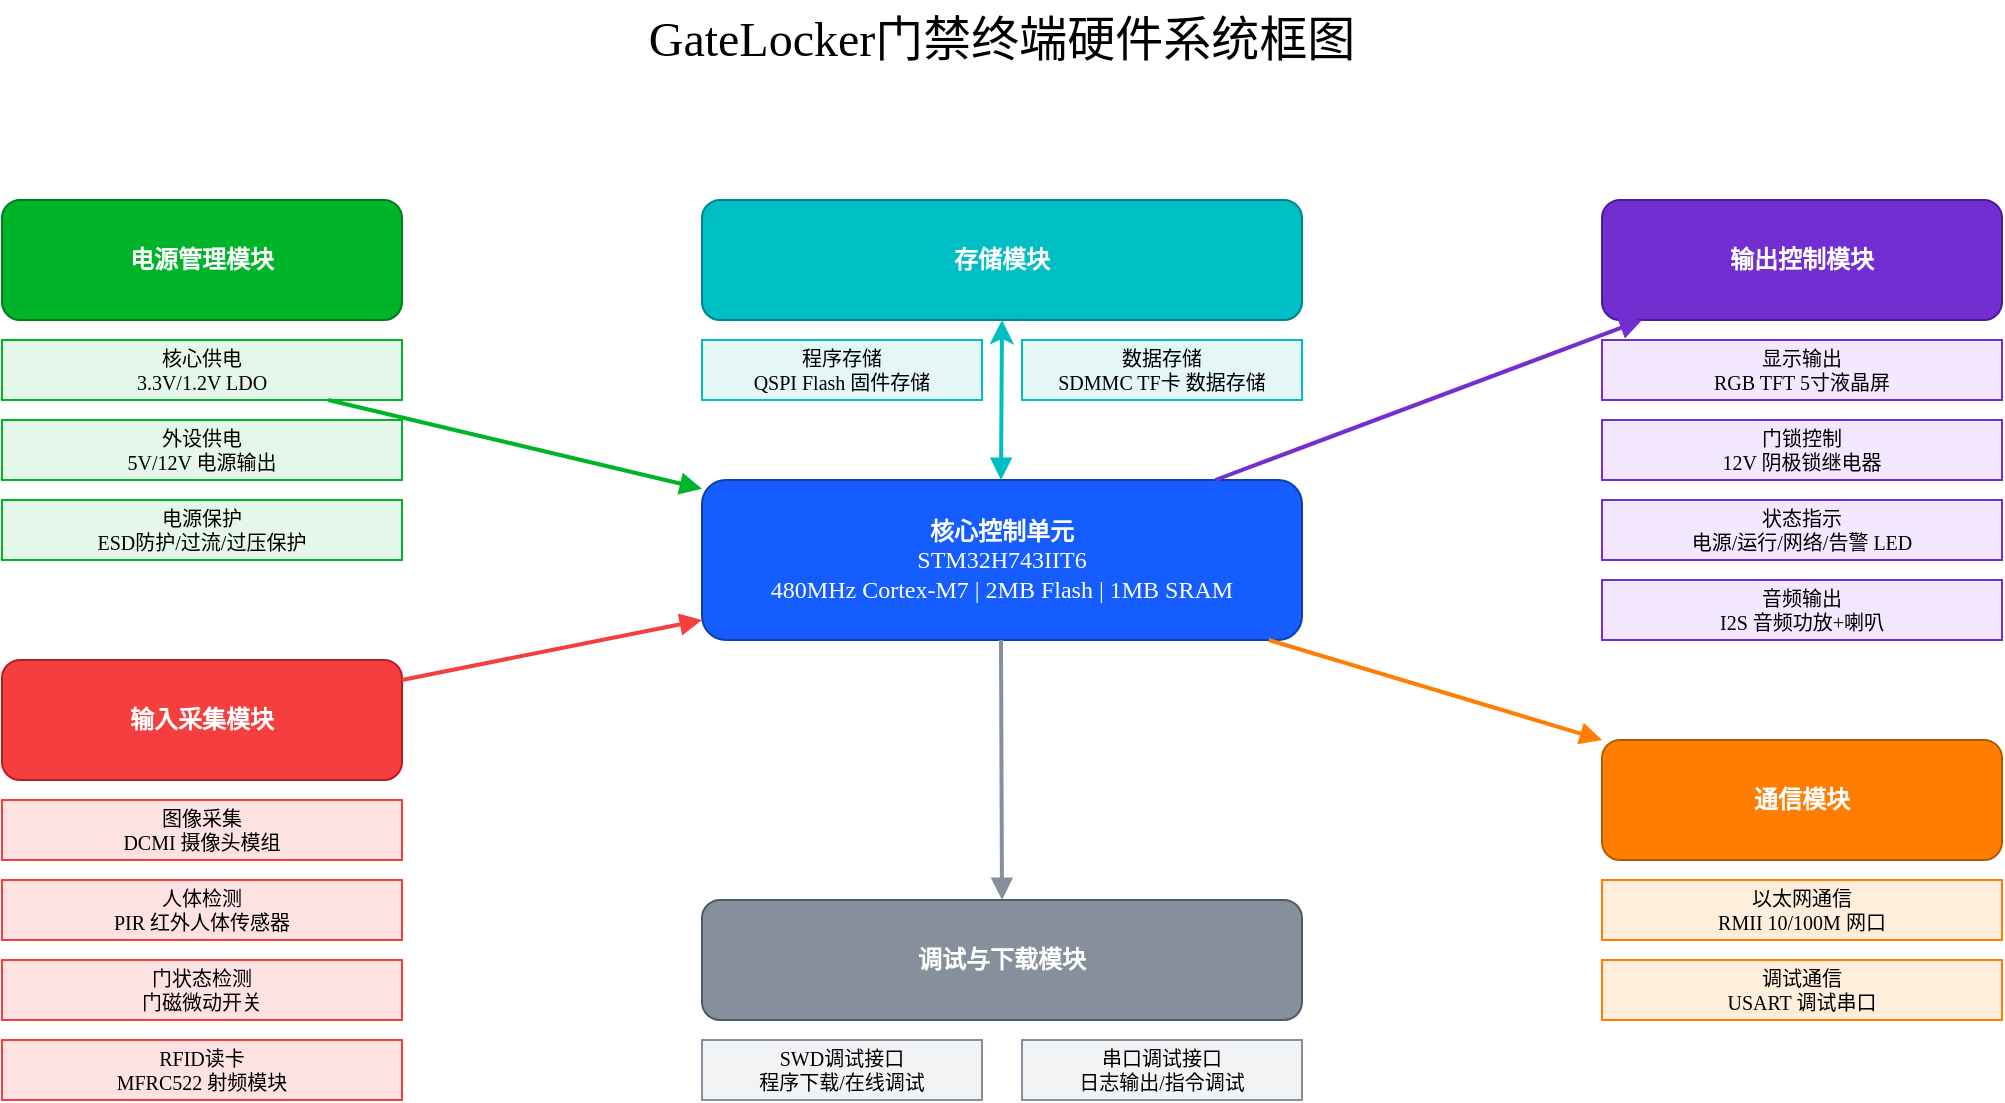
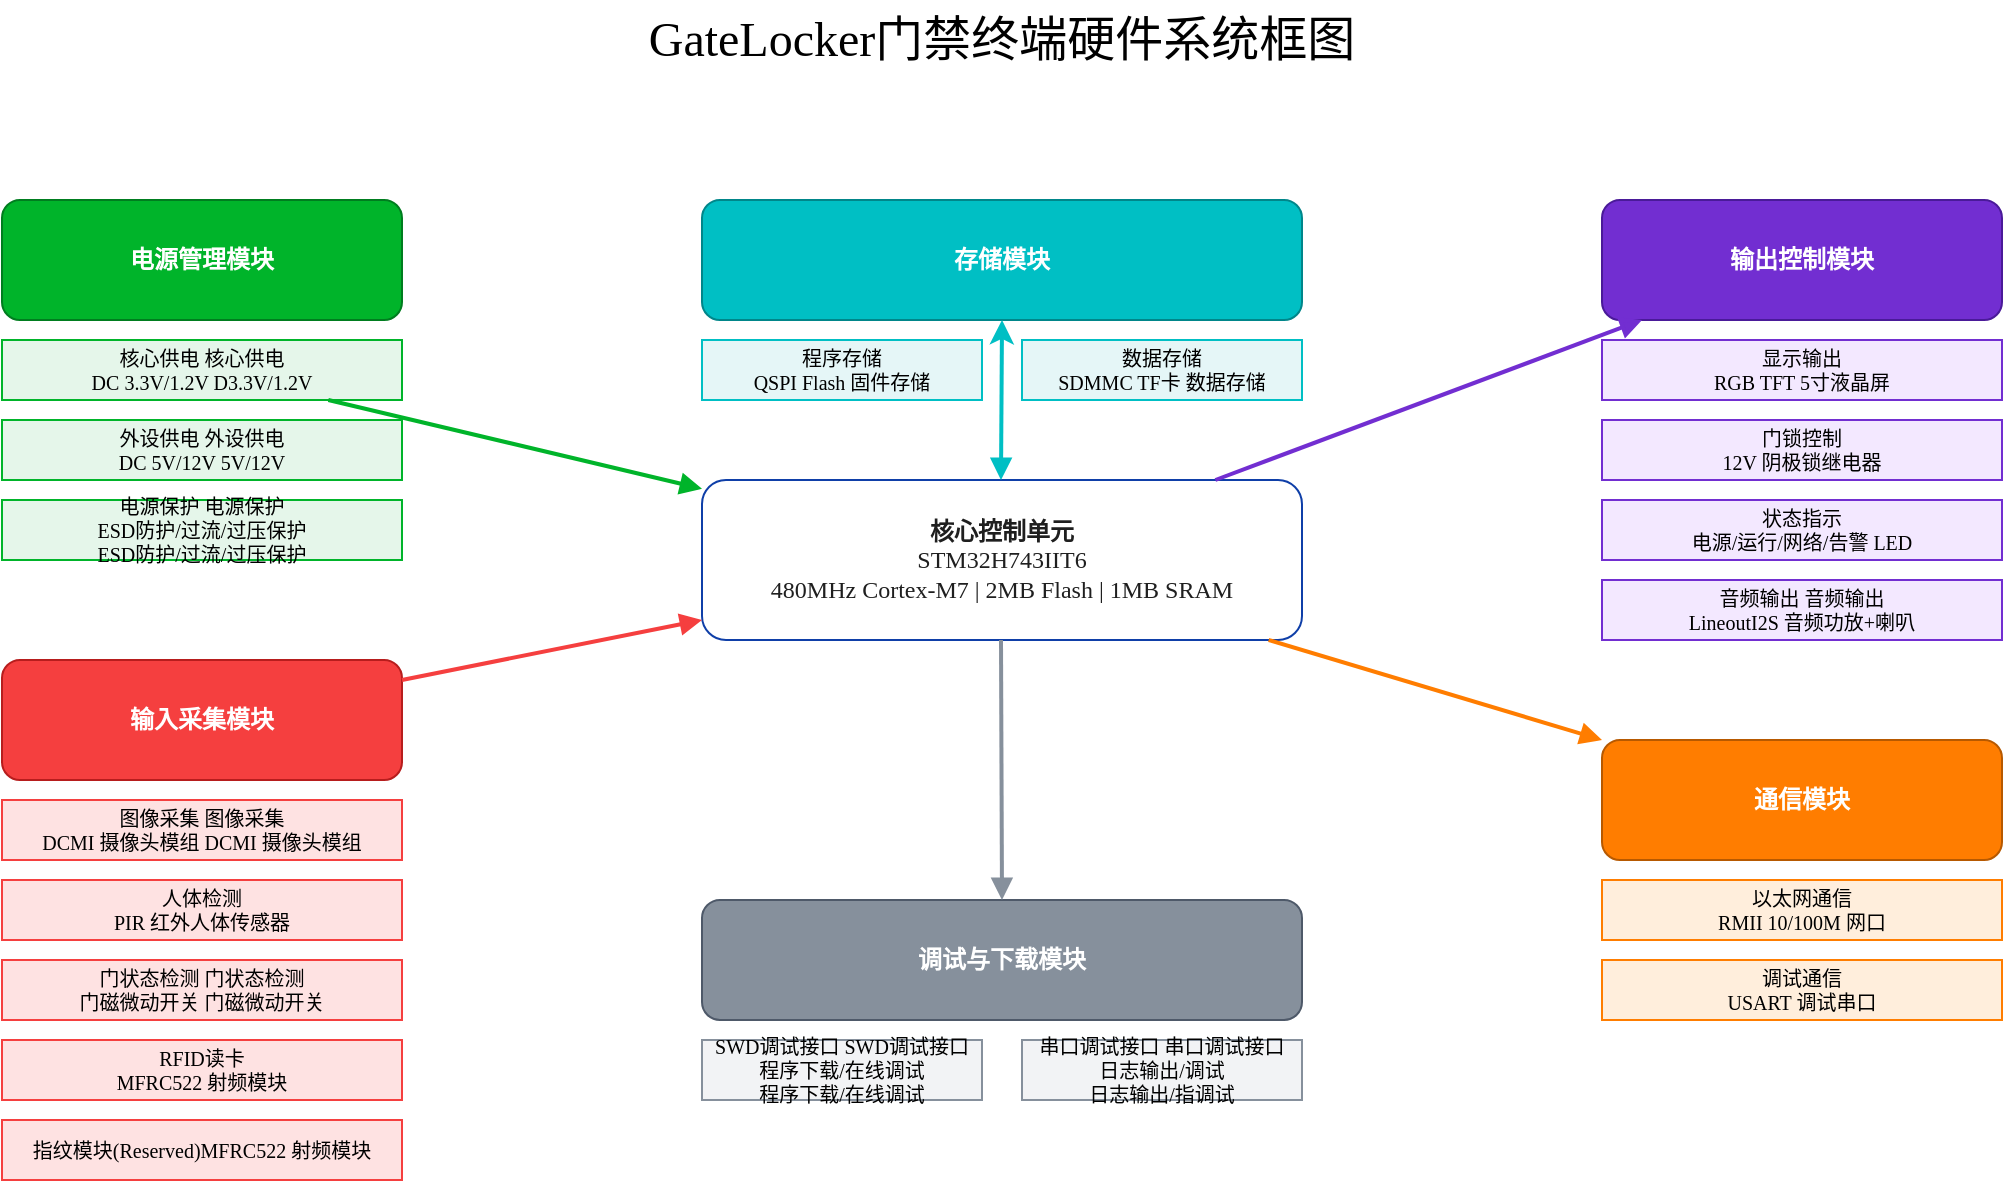
<mxfile host="app.diagrams.net">
-   <diagram name="GateLocker门禁终端硬件系统框图" id="1js39GU4koNlLLKIXu-y">
-     <mxGraphModel dx="1178" dy="587" grid="1" gridSize="10" guides="1" tooltips="1" connect="1" arrows="1" fold="1" page="1" pageScale="1" pageWidth="827" pageHeight="1169" math="0" shadow="0">
+   <diagram id="JjUnV6bOo0cUcBlsrNCr" name="GateLocker门禁终端硬件系统框图">
+     <mxGraphModel dx="1571" dy="782" grid="0" gridSize="10" guides="1" tooltips="1" connect="1" arrows="1" fold="1" page="1" pageScale="1" pageWidth="827" pageHeight="1169" math="0" shadow="0">
      <root>
        <mxCell id="0" />
        <mxCell id="1" parent="0" />
-         <mxCell id="f1TgDDNYEtDy5cZSVJ-l-1" parent="1" style="text;html=1;strokeColor=none;fillColor=none;align=center;verticalAlign=middle;whiteSpace=wrap;rounded=0;fontSize=24;fontWeight=bold;fontFamily=微软雅黑" value="GateLocker门禁终端硬件系统框图" vertex="1">
-           <mxGeometry height="40" width="400" x="400" y="20" as="geometry" />
+         <mxCell id="EOIqCzflqUVAwcGKjHEf-1" parent="1" style="text;html=1;strokeColor=none;fillColor=none;align=center;verticalAlign=middle;whiteSpace=wrap;rounded=0;fontSize=24;fontWeight=bold;fontFamily=微软雅黑" value="GateLocker门禁终端硬件系统框图" vertex="1">
+           <mxGeometry height="40" width="400" x="440" y="60" as="geometry" />
        </mxCell>
-         <mxCell id="f1TgDDNYEtDy5cZSVJ-l-2" parent="1" style="rounded=1;whiteSpace=wrap;html=1;fillColor=#165DFF;strokeColor=#0F3FA8;fontColor=white;align=center;verticalAlign=middle;fontSize=12;fontFamily=微软雅黑;fontWeight=bold" value="&lt;b&gt;核心控制单元&lt;/b&gt;&lt;br&gt;STM32H743IIT6&lt;br&gt;480MHz Cortex-M7 | 2MB Flash | 1MB SRAM" vertex="1">
-           <mxGeometry height="80" width="300" x="450" y="260" as="geometry" />
+         <mxCell id="EOIqCzflqUVAwcGKjHEf-2" parent="1" style="rounded=1;whiteSpace=wrap;html=1;fillColor=default;strokeColor=#0F3FA8;fontColor=white;align=center;verticalAlign=middle;fontSize=12;fontFamily=微软雅黑;fontWeight=bold" value="&lt;span data-doubao-translate-traverse-mark=&quot;1&quot; data-doubao-translate-exclude-mark=&quot;1&quot;&gt;&lt;font style=&quot;color: rgb(31, 31, 31);&quot;&gt;&lt;b data-doubao-translate-traverse-mark=&quot;1&quot; data-doubao-translate-exclude-mark=&quot;1&quot; style=&quot;&quot;&gt;核心控制单元&lt;/b&gt;&lt;br data-doubao-translate-traverse-mark=&quot;1&quot;&gt;STM32H743IIT6&lt;br data-doubao-translate-traverse-mark=&quot;1&quot;&gt;480MHz Cortex-M7 | 2MB Flash | 1MB SRAM&lt;/font&gt;&lt;/span&gt;" vertex="1">
+           <mxGeometry height="80" width="300" x="490" y="300" as="geometry" />
        </mxCell>
-         <mxCell id="f1TgDDNYEtDy5cZSVJ-l-3" parent="1" style="rounded=1;whiteSpace=wrap;html=1;fillColor=#00B42A;strokeColor=#007D1F;fontColor=white;align=center;verticalAlign=middle;fontSize=12;fontFamily=微软雅黑;fontWeight=bold" value="&lt;b&gt;电源管理模块&lt;/b&gt;" vertex="1">
-           <mxGeometry height="60" width="200" x="100" y="120" as="geometry" />
+         <mxCell id="EOIqCzflqUVAwcGKjHEf-3" parent="1" style="rounded=1;whiteSpace=wrap;html=1;fillColor=#00B42A;strokeColor=#007D1F;fontColor=white;align=center;verticalAlign=middle;fontSize=12;fontFamily=微软雅黑;fontWeight=bold" value="&lt;b&gt;电源管理模块&lt;/b&gt;" vertex="1">
+           <mxGeometry height="60" width="200" x="140" y="160" as="geometry" />
        </mxCell>
-         <mxCell id="f1TgDDNYEtDy5cZSVJ-l-4" parent="1" style="rounded=0;whiteSpace=wrap;html=1;fillColor=#E5F6EA;strokeColor=#00B42A;align=center;verticalAlign=middle;fontSize=10;fontFamily=微软雅黑" value="核心供电&lt;br&gt;3.3V/1.2V LDO" vertex="1">
-           <mxGeometry height="30" width="200" x="100" y="190" as="geometry" />
+         <mxCell id="EOIqCzflqUVAwcGKjHEf-4" parent="1" style="rounded=0;whiteSpace=wrap;html=1;fillColor=#E5F6EA;strokeColor=#00B42A;align=center;verticalAlign=middle;fontSize=10;fontFamily=微软雅黑" value="核心供电&lt;font class=&quot;__Cici__translate__ __Cici_translate_similar_text_content__&quot;&gt;&lt;font class=&quot;__Cici_translate_origin_node__&quot; style=&quot;display: none;&quot;&gt;核心供电&lt;/font&gt; &lt;font class=&quot;__Cici_translate_translated_inject_node__&quot; style=&quot;display: inline-block;&quot;&gt;&lt;span&gt;核心供电&lt;/span&gt;&lt;/font&gt;&lt;/font&gt;&lt;br data-doubao-translate-traverse-mark=&quot;1&quot;&gt;DC 3.3V/1.2V&lt;font class=&quot;__Cici__translate__ __Cici_translate_similar_text_content__&quot;&gt;&lt;font class=&quot;__Cici_translate_origin_node__&quot; style=&quot;display: none;&quot;&gt;D3.3V/1.2V&lt;/font&gt; &lt;font class=&quot;__Cici_translate_translated_inject_node__&quot; style=&quot;display: inline-block;&quot;&gt;&lt;span&gt;D3.3V/1.2V&lt;/span&gt;&lt;/font&gt;&lt;/font&gt;" vertex="1">
+           <mxGeometry height="30" width="200" x="140" y="230" as="geometry" />
        </mxCell>
-         <mxCell id="f1TgDDNYEtDy5cZSVJ-l-5" parent="1" style="rounded=0;whiteSpace=wrap;html=1;fillColor=#E5F6EA;strokeColor=#00B42A;align=center;verticalAlign=middle;fontSize=10;fontFamily=微软雅黑" value="外设供电&lt;br&gt;5V/12V 电源输出" vertex="1">
-           <mxGeometry height="30" width="200" x="100" y="230" as="geometry" />
+         <mxCell id="EOIqCzflqUVAwcGKjHEf-5" parent="1" style="rounded=0;whiteSpace=wrap;html=1;fillColor=#E5F6EA;strokeColor=#00B42A;align=center;verticalAlign=middle;fontSize=10;fontFamily=微软雅黑" value="外设供电&lt;font class=&quot;__Cici__translate__ __Cici_translate_similar_text_content__&quot;&gt;&lt;font class=&quot;__Cici_translate_origin_node__&quot; style=&quot;display: none;&quot;&gt;外设供电&lt;/font&gt; &lt;font class=&quot;__Cici_translate_translated_inject_node__&quot; style=&quot;display: inline-block;&quot;&gt;&lt;span&gt;外设供电&lt;/span&gt;&lt;/font&gt;&lt;/font&gt;&lt;br data-doubao-translate-traverse-mark=&quot;1&quot;&gt;DC 5V/12V&lt;font class=&quot;__Cici__translate__ __Cici_translate_similar_text_content__&quot;&gt; &lt;font class=&quot;__Cici_translate_translated_inject_node__&quot; style=&quot;display: inline-block;&quot;&gt;&lt;span&gt;5V/12V&lt;/span&gt;&lt;/font&gt;&lt;/font&gt;" vertex="1">
+           <mxGeometry height="30" width="200" x="140" y="270" as="geometry" />
        </mxCell>
-         <mxCell id="f1TgDDNYEtDy5cZSVJ-l-6" parent="1" style="rounded=0;whiteSpace=wrap;html=1;fillColor=#E5F6EA;strokeColor=#00B42A;align=center;verticalAlign=middle;fontSize=10;fontFamily=微软雅黑" value="电源保护&lt;br&gt;ESD防护/过流/过压保护" vertex="1">
-           <mxGeometry height="30" width="200" x="100" y="270" as="geometry" />
+         <mxCell id="EOIqCzflqUVAwcGKjHEf-6" parent="1" style="rounded=0;whiteSpace=wrap;html=1;fillColor=#E5F6EA;strokeColor=#00B42A;align=center;verticalAlign=middle;fontSize=10;fontFamily=微软雅黑" value="电源保护&lt;font class=&quot;__Cici__translate__ __Cici_translate_similar_text_content__&quot;&gt;&lt;font class=&quot;__Cici_translate_origin_node__&quot; style=&quot;display: none;&quot;&gt;电源保护&lt;/font&gt; &lt;font class=&quot;__Cici_translate_translated_inject_node__&quot; style=&quot;display: inline-block;&quot;&gt;&lt;span&gt;电源保护&lt;/span&gt;&lt;/font&gt;&lt;/font&gt;&lt;br data-doubao-translate-traverse-mark=&quot;1&quot;&gt;ESD防护/过流/过压保护&lt;font class=&quot;__Cici__translate__ __Cici_translate_similar_text_content__&quot;&gt;&lt;font class=&quot;__Cici_translate_origin_node__&quot; style=&quot;display: none;&quot;&gt;ESD防护/过流/过压保护&lt;/font&gt; &lt;font class=&quot;__Cici_translate_translated_inject_node__&quot; style=&quot;display: inline-block;&quot;&gt;&lt;span&gt;ESD防护/过流/过压保护&lt;/span&gt;&lt;/font&gt;&lt;/font&gt;" vertex="1">
+           <mxGeometry height="30" width="200" x="140" y="310" as="geometry" />
        </mxCell>
-         <mxCell id="f1TgDDNYEtDy5cZSVJ-l-7" parent="1" style="rounded=1;whiteSpace=wrap;html=1;fillColor=#F53F3F;strokeColor=#B71D1D;fontColor=white;align=center;verticalAlign=middle;fontSize=12;fontFamily=微软雅黑;fontWeight=bold" value="&lt;b&gt;输入采集模块&lt;/b&gt;" vertex="1">
-           <mxGeometry height="60" width="200" x="100" y="350" as="geometry" />
+         <mxCell id="EOIqCzflqUVAwcGKjHEf-7" parent="1" style="rounded=1;whiteSpace=wrap;html=1;fillColor=#F53F3F;strokeColor=#B71D1D;fontColor=white;align=center;verticalAlign=middle;fontSize=12;fontFamily=微软雅黑;fontWeight=bold" value="&lt;b&gt;输入采集模块&lt;/b&gt;" vertex="1">
+           <mxGeometry height="60" width="200" x="140" y="390" as="geometry" />
        </mxCell>
-         <mxCell id="f1TgDDNYEtDy5cZSVJ-l-8" parent="1" style="rounded=0;whiteSpace=wrap;html=1;fillColor=#FEE2E2;strokeColor=#F53F3F;align=center;verticalAlign=middle;fontSize=10;fontFamily=微软雅黑" value="图像采集&lt;br&gt;DCMI 摄像头模组" vertex="1">
-           <mxGeometry height="30" width="200" x="100" y="420" as="geometry" />
+         <mxCell id="EOIqCzflqUVAwcGKjHEf-8" parent="1" style="rounded=0;whiteSpace=wrap;html=1;fillColor=#FEE2E2;strokeColor=#F53F3F;align=center;verticalAlign=middle;fontSize=10;fontFamily=微软雅黑" value="图像采集&lt;font class=&quot;__Cici__translate__ __Cici_translate_similar_text_content__&quot;&gt;&lt;font class=&quot;__Cici_translate_origin_node__&quot; style=&quot;display: none;&quot;&gt;图像采集&lt;/font&gt; &lt;font class=&quot;__Cici_translate_translated_inject_node__&quot; style=&quot;display: inline-block;&quot;&gt;&lt;span&gt;图像采集&lt;/span&gt;&lt;/font&gt;&lt;/font&gt;&lt;br data-doubao-translate-traverse-mark=&quot;1&quot;&gt;DCMI 摄像头模组&lt;font class=&quot;__Cici__translate__ __Cici_translate_similar_text_content__&quot;&gt;&lt;font class=&quot;__Cici_translate_origin_node__&quot; style=&quot;display: none;&quot;&gt;DCMI 摄像头模组&lt;/font&gt; &lt;font class=&quot;__Cici_translate_translated_inject_node__&quot; style=&quot;display: inline-block;&quot;&gt;&lt;span&gt;DCMI 摄像头模组&lt;/span&gt;&lt;/font&gt;&lt;/font&gt;" vertex="1">
+           <mxGeometry height="30" width="200" x="140" y="460" as="geometry" />
        </mxCell>
-         <mxCell id="f1TgDDNYEtDy5cZSVJ-l-9" parent="1" style="rounded=0;whiteSpace=wrap;html=1;fillColor=#FEE2E2;strokeColor=#F53F3F;align=center;verticalAlign=middle;fontSize=10;fontFamily=微软雅黑" value="人体检测&lt;br&gt;PIR 红外人体传感器" vertex="1">
-           <mxGeometry height="30" width="200" x="100" y="460" as="geometry" />
+         <mxCell id="EOIqCzflqUVAwcGKjHEf-9" parent="1" style="rounded=0;whiteSpace=wrap;html=1;fillColor=#FEE2E2;strokeColor=#F53F3F;align=center;verticalAlign=middle;fontSize=10;fontFamily=微软雅黑" value="人体检测&lt;br&gt;PIR 红外人体传感器" vertex="1">
+           <mxGeometry height="30" width="200" x="140" y="500" as="geometry" />
        </mxCell>
-         <mxCell id="f1TgDDNYEtDy5cZSVJ-l-10" parent="1" style="rounded=0;whiteSpace=wrap;html=1;fillColor=#FEE2E2;strokeColor=#F53F3F;align=center;verticalAlign=middle;fontSize=10;fontFamily=微软雅黑" value="门状态检测&lt;br&gt;门磁微动开关" vertex="1">
-           <mxGeometry height="30" width="200" x="100" y="500" as="geometry" />
+         <mxCell id="EOIqCzflqUVAwcGKjHEf-10" parent="1" style="rounded=0;whiteSpace=wrap;html=1;fillColor=#FEE2E2;strokeColor=#F53F3F;align=center;verticalAlign=middle;fontSize=10;fontFamily=微软雅黑" value="门状态检测&lt;font class=&quot;__Cici__translate__ __Cici_translate_similar_text_content__&quot;&gt;&lt;font class=&quot;__Cici_translate_origin_node__&quot; style=&quot;display: none;&quot;&gt;门状态检测&lt;/font&gt; &lt;font class=&quot;__Cici_translate_translated_inject_node__&quot; style=&quot;display: inline-block;&quot;&gt;&lt;span&gt;门状态检测&lt;/span&gt;&lt;/font&gt;&lt;/font&gt;&lt;br data-doubao-translate-traverse-mark=&quot;1&quot;&gt;门磁微动开关&lt;font class=&quot;__Cici__translate__ __Cici_translate_similar_text_content__&quot;&gt;&lt;font class=&quot;__Cici_translate_origin_node__&quot; style=&quot;display: none;&quot;&gt;门磁微动开关&lt;/font&gt; &lt;font class=&quot;__Cici_translate_translated_inject_node__&quot; style=&quot;display: inline-block;&quot;&gt;&lt;span&gt;门磁微动开关&lt;/span&gt;&lt;/font&gt;&lt;/font&gt;" vertex="1">
+           <mxGeometry height="30" width="200" x="140" y="540" as="geometry" />
        </mxCell>
-         <mxCell id="f1TgDDNYEtDy5cZSVJ-l-11" parent="1" style="rounded=0;whiteSpace=wrap;html=1;fillColor=#FEE2E2;strokeColor=#F53F3F;align=center;verticalAlign=middle;fontSize=10;fontFamily=微软雅黑" value="RFID读卡&lt;br&gt;MFRC522 射频模块" vertex="1">
-           <mxGeometry height="30" width="200" x="100" y="540" as="geometry" />
+         <mxCell id="EOIqCzflqUVAwcGKjHEf-11" parent="1" style="rounded=0;whiteSpace=wrap;html=1;fillColor=#FEE2E2;strokeColor=#F53F3F;align=center;verticalAlign=middle;fontSize=10;fontFamily=微软雅黑" value="RFID读卡&lt;br&gt;MFRC522 射频模块" vertex="1">
+           <mxGeometry height="30" width="200" x="140" y="580" as="geometry" />
        </mxCell>
-         <mxCell id="f1TgDDNYEtDy5cZSVJ-l-12" parent="1" style="rounded=1;whiteSpace=wrap;html=1;fillColor=#722ED1;strokeColor=#4A1A99;fontColor=white;align=center;verticalAlign=middle;fontSize=12;fontFamily=微软雅黑;fontWeight=bold" value="&lt;b&gt;输出控制模块&lt;/b&gt;" vertex="1">
-           <mxGeometry height="60" width="200" x="900" y="120" as="geometry" />
+         <mxCell id="EOIqCzflqUVAwcGKjHEf-12" parent="1" style="rounded=1;whiteSpace=wrap;html=1;fillColor=#722ED1;strokeColor=#4A1A99;fontColor=white;align=center;verticalAlign=middle;fontSize=12;fontFamily=微软雅黑;fontWeight=bold" value="&lt;b&gt;输出控制模块&lt;/b&gt;" vertex="1">
+           <mxGeometry height="60" width="200" x="940" y="160" as="geometry" />
        </mxCell>
-         <mxCell id="f1TgDDNYEtDy5cZSVJ-l-13" parent="1" style="rounded=0;whiteSpace=wrap;html=1;fillColor=#F3E8FF;strokeColor=#722ED1;align=center;verticalAlign=middle;fontSize=10;fontFamily=微软雅黑" value="显示输出&lt;br&gt;RGB TFT 5寸液晶屏" vertex="1">
-           <mxGeometry height="30" width="200" x="900" y="190" as="geometry" />
+         <mxCell id="EOIqCzflqUVAwcGKjHEf-13" parent="1" style="rounded=0;whiteSpace=wrap;html=1;fillColor=#F3E8FF;strokeColor=#722ED1;align=center;verticalAlign=middle;fontSize=10;fontFamily=微软雅黑" value="显示输出&lt;br&gt;RGB TFT 5寸液晶屏" vertex="1">
+           <mxGeometry height="30" width="200" x="940" y="230" as="geometry" />
        </mxCell>
-         <mxCell id="f1TgDDNYEtDy5cZSVJ-l-14" parent="1" style="rounded=0;whiteSpace=wrap;html=1;fillColor=#F3E8FF;strokeColor=#722ED1;align=center;verticalAlign=middle;fontSize=10;fontFamily=微软雅黑" value="门锁控制&lt;br&gt;12V 阴极锁继电器" vertex="1">
-           <mxGeometry height="30" width="200" x="900" y="230" as="geometry" />
+         <mxCell id="EOIqCzflqUVAwcGKjHEf-14" parent="1" style="rounded=0;whiteSpace=wrap;html=1;fillColor=#F3E8FF;strokeColor=#722ED1;align=center;verticalAlign=middle;fontSize=10;fontFamily=微软雅黑" value="门锁控制&lt;br&gt;12V 阴极锁继电器" vertex="1">
+           <mxGeometry height="30" width="200" x="940" y="270" as="geometry" />
        </mxCell>
-         <mxCell id="f1TgDDNYEtDy5cZSVJ-l-15" parent="1" style="rounded=0;whiteSpace=wrap;html=1;fillColor=#F3E8FF;strokeColor=#722ED1;align=center;verticalAlign=middle;fontSize=10;fontFamily=微软雅黑" value="状态指示&lt;br&gt;电源/运行/网络/告警 LED" vertex="1">
-           <mxGeometry height="30" width="200" x="900" y="270" as="geometry" />
+         <mxCell id="EOIqCzflqUVAwcGKjHEf-15" parent="1" style="rounded=0;whiteSpace=wrap;html=1;fillColor=#F3E8FF;strokeColor=#722ED1;align=center;verticalAlign=middle;fontSize=10;fontFamily=微软雅黑" value="状态指示&lt;br&gt;电源/运行/网络/告警 LED" vertex="1">
+           <mxGeometry height="30" width="200" x="940" y="310" as="geometry" />
        </mxCell>
-         <mxCell id="f1TgDDNYEtDy5cZSVJ-l-16" parent="1" style="rounded=0;whiteSpace=wrap;html=1;fillColor=#F3E8FF;strokeColor=#722ED1;align=center;verticalAlign=middle;fontSize=10;fontFamily=微软雅黑" value="音频输出&lt;br&gt;I2S 音频功放+喇叭" vertex="1">
-           <mxGeometry height="30" width="200" x="900" y="310" as="geometry" />
+         <mxCell id="EOIqCzflqUVAwcGKjHEf-16" parent="1" style="rounded=0;whiteSpace=wrap;html=1;fillColor=#F3E8FF;strokeColor=#722ED1;align=center;verticalAlign=middle;fontSize=10;fontFamily=微软雅黑" value="音频输出&lt;font class=&quot;__Cici__translate__ __Cici_translate_similar_text_content__&quot;&gt;&lt;font class=&quot;__Cici_translate_origin_node__&quot; style=&quot;display: none;&quot;&gt;音频输出&lt;/font&gt; &lt;font class=&quot;__Cici_translate_translated_inject_node__&quot; style=&quot;display: inline-block;&quot;&gt;&lt;span&gt;音频输出&lt;/span&gt;&lt;/font&gt;&lt;/font&gt;&lt;br data-doubao-translate-traverse-mark=&quot;1&quot;&gt;Lineout&lt;font class=&quot;__Cici__translate__ __Cici_translate_similar_text_content__&quot;&gt;&lt;font class=&quot;__Cici_translate_translated_inject_node__&quot; style=&quot;display: inline-block;&quot;&gt;&lt;span&gt;I2S 音频功放+喇叭&lt;/span&gt;&lt;/font&gt;&lt;/font&gt;" vertex="1">
+           <mxGeometry height="30" width="200" x="940" y="350" as="geometry" />
        </mxCell>
-         <mxCell id="f1TgDDNYEtDy5cZSVJ-l-17" parent="1" style="rounded=1;whiteSpace=wrap;html=1;fillColor=#FF7D00;strokeColor=#B75900;fontColor=white;align=center;verticalAlign=middle;fontSize=12;fontFamily=微软雅黑;fontWeight=bold" value="&lt;b&gt;通信模块&lt;/b&gt;" vertex="1">
-           <mxGeometry height="60" width="200" x="900" y="390" as="geometry" />
+         <mxCell id="EOIqCzflqUVAwcGKjHEf-17" parent="1" style="rounded=1;whiteSpace=wrap;html=1;fillColor=#FF7D00;strokeColor=#B75900;fontColor=white;align=center;verticalAlign=middle;fontSize=12;fontFamily=微软雅黑;fontWeight=bold" value="&lt;b&gt;通信模块&lt;/b&gt;" vertex="1">
+           <mxGeometry height="60" width="200" x="940" y="430" as="geometry" />
        </mxCell>
-         <mxCell id="f1TgDDNYEtDy5cZSVJ-l-18" parent="1" style="rounded=0;whiteSpace=wrap;html=1;fillColor=#FFEEDC;strokeColor=#FF7D00;align=center;verticalAlign=middle;fontSize=10;fontFamily=微软雅黑" value="以太网通信&lt;br&gt;RMII 10/100M 网口" vertex="1">
-           <mxGeometry height="30" width="200" x="900" y="460" as="geometry" />
+         <mxCell id="EOIqCzflqUVAwcGKjHEf-18" parent="1" style="rounded=0;whiteSpace=wrap;html=1;fillColor=#FFEEDC;strokeColor=#FF7D00;align=center;verticalAlign=middle;fontSize=10;fontFamily=微软雅黑" value="以太网通信&lt;br&gt;RMII 10/100M 网口" vertex="1">
+           <mxGeometry height="30" width="200" x="940" y="500" as="geometry" />
        </mxCell>
-         <mxCell id="f1TgDDNYEtDy5cZSVJ-l-19" parent="1" style="rounded=0;whiteSpace=wrap;html=1;fillColor=#FFEEDC;strokeColor=#FF7D00;align=center;verticalAlign=middle;fontSize=10;fontFamily=微软雅黑" value="调试通信&lt;br&gt;USART 调试串口" vertex="1">
-           <mxGeometry height="30" width="200" x="900" y="500" as="geometry" />
+         <mxCell id="EOIqCzflqUVAwcGKjHEf-19" parent="1" style="rounded=0;whiteSpace=wrap;html=1;fillColor=#FFEEDC;strokeColor=#FF7D00;align=center;verticalAlign=middle;fontSize=10;fontFamily=微软雅黑" value="调试通信&lt;br&gt;USART 调试串口" vertex="1">
+           <mxGeometry height="30" width="200" x="940" y="540" as="geometry" />
        </mxCell>
-         <mxCell id="f1TgDDNYEtDy5cZSVJ-l-20" parent="1" style="rounded=1;whiteSpace=wrap;html=1;fillColor=#00BFC4;strokeColor=#00868A;fontColor=white;align=center;verticalAlign=middle;fontSize=12;fontFamily=微软雅黑;fontWeight=bold" value="&lt;b&gt;存储模块&lt;/b&gt;" vertex="1">
-           <mxGeometry height="60" width="300" x="450" y="120" as="geometry" />
+         <mxCell id="EOIqCzflqUVAwcGKjHEf-20" parent="1" style="rounded=1;whiteSpace=wrap;html=1;fillColor=#00BFC4;strokeColor=#00868A;fontColor=white;align=center;verticalAlign=middle;fontSize=12;fontFamily=微软雅黑;fontWeight=bold" value="&lt;b&gt;存储模块&lt;/b&gt;" vertex="1">
+           <mxGeometry height="60" width="300" x="490" y="160" as="geometry" />
        </mxCell>
-         <mxCell id="f1TgDDNYEtDy5cZSVJ-l-21" parent="1" style="rounded=0;whiteSpace=wrap;html=1;fillColor=#E5F6F7;strokeColor=#00BFC4;align=center;verticalAlign=middle;fontSize=10;fontFamily=微软雅黑" value="程序存储&lt;br&gt;QSPI Flash 固件存储" vertex="1">
-           <mxGeometry height="30" width="140" x="450" y="190" as="geometry" />
+         <mxCell id="EOIqCzflqUVAwcGKjHEf-21" parent="1" style="rounded=0;whiteSpace=wrap;html=1;fillColor=#E5F6F7;strokeColor=#00BFC4;align=center;verticalAlign=middle;fontSize=10;fontFamily=微软雅黑" value="程序存储&lt;br&gt;QSPI Flash 固件存储" vertex="1">
+           <mxGeometry height="30" width="140" x="490" y="230" as="geometry" />
        </mxCell>
-         <mxCell id="f1TgDDNYEtDy5cZSVJ-l-22" parent="1" style="rounded=0;whiteSpace=wrap;html=1;fillColor=#E5F6F7;strokeColor=#00BFC4;align=center;verticalAlign=middle;fontSize=10;fontFamily=微软雅黑" value="数据存储&lt;br&gt;SDMMC TF卡 数据存储" vertex="1">
-           <mxGeometry height="30" width="140" x="610" y="190" as="geometry" />
+         <mxCell id="EOIqCzflqUVAwcGKjHEf-22" parent="1" style="rounded=0;whiteSpace=wrap;html=1;fillColor=#E5F6F7;strokeColor=#00BFC4;align=center;verticalAlign=middle;fontSize=10;fontFamily=微软雅黑" value="数据存储&lt;br&gt;SDMMC TF卡 数据存储" vertex="1">
+           <mxGeometry height="30" width="140" x="650" y="230" as="geometry" />
        </mxCell>
-         <mxCell id="f1TgDDNYEtDy5cZSVJ-l-23" parent="1" style="rounded=1;whiteSpace=wrap;html=1;fillColor=#86909C;strokeColor=#4E5969;fontColor=white;align=center;verticalAlign=middle;fontSize=12;fontFamily=微软雅黑;fontWeight=bold" value="&lt;b&gt;调试与下载模块&lt;/b&gt;" vertex="1">
-           <mxGeometry height="60" width="300" x="450" y="470" as="geometry" />
+         <mxCell id="EOIqCzflqUVAwcGKjHEf-23" parent="1" style="rounded=1;whiteSpace=wrap;html=1;fillColor=#86909C;strokeColor=#4E5969;fontColor=white;align=center;verticalAlign=middle;fontSize=12;fontFamily=微软雅黑;fontWeight=bold" value="&lt;b&gt;调试与下载模块&lt;/b&gt;" vertex="1">
+           <mxGeometry height="60" width="300" x="490" y="510" as="geometry" />
        </mxCell>
-         <mxCell id="f1TgDDNYEtDy5cZSVJ-l-24" parent="1" style="rounded=0;whiteSpace=wrap;html=1;fillColor=#F2F3F5;strokeColor=#86909C;align=center;verticalAlign=middle;fontSize=10;fontFamily=微软雅黑" value="SWD调试接口&lt;br&gt;程序下载/在线调试" vertex="1">
-           <mxGeometry height="30" width="140" x="450" y="540" as="geometry" />
+         <mxCell id="EOIqCzflqUVAwcGKjHEf-24" parent="1" style="rounded=0;whiteSpace=wrap;html=1;fillColor=#F2F3F5;strokeColor=#86909C;align=center;verticalAlign=middle;fontSize=10;fontFamily=微软雅黑" value="SWD调试接口&lt;font class=&quot;__Cici__translate__ __Cici_translate_similar_text_content__&quot;&gt;&lt;font class=&quot;__Cici_translate_origin_node__&quot; style=&quot;display: none;&quot;&gt;SWD调试接口&lt;/font&gt; &lt;font class=&quot;__Cici_translate_translated_inject_node__&quot; style=&quot;display: inline-block;&quot;&gt;&lt;span&gt;SWD调试接口&lt;/span&gt;&lt;/font&gt;&lt;/font&gt;&lt;br data-doubao-translate-traverse-mark=&quot;1&quot;&gt;程序下载/在线调试&lt;font class=&quot;__Cici__translate__ __Cici_translate_similar_text_content__&quot;&gt;&lt;font class=&quot;__Cici_translate_origin_node__&quot; style=&quot;display: none;&quot;&gt;程序下载/在线调试&lt;/font&gt; &lt;font class=&quot;__Cici_translate_translated_inject_node__&quot; style=&quot;display: inline-block;&quot;&gt;&lt;span&gt;程序下载/在线调试&lt;/span&gt;&lt;/font&gt;&lt;/font&gt;" vertex="1">
+           <mxGeometry height="30" width="140" x="490" y="580" as="geometry" />
        </mxCell>
-         <mxCell id="f1TgDDNYEtDy5cZSVJ-l-25" parent="1" style="rounded=0;whiteSpace=wrap;html=1;fillColor=#F2F3F5;strokeColor=#86909C;align=center;verticalAlign=middle;fontSize=10;fontFamily=微软雅黑" value="串口调试接口&lt;br&gt;日志输出/指令调试" vertex="1">
-           <mxGeometry height="30" width="140" x="610" y="540" as="geometry" />
+         <mxCell id="EOIqCzflqUVAwcGKjHEf-25" parent="1" style="rounded=0;whiteSpace=wrap;html=1;fillColor=#F2F3F5;strokeColor=#86909C;align=center;verticalAlign=middle;fontSize=10;fontFamily=微软雅黑" value="串口调试接口&lt;font class=&quot;__Cici__translate__ __Cici_translate_similar_text_content__&quot;&gt;&lt;font class=&quot;__Cici_translate_origin_node__&quot; style=&quot;display: none;&quot;&gt;串口调试接口&lt;/font&gt; &lt;font class=&quot;__Cici_translate_translated_inject_node__&quot; style=&quot;display: inline-block;&quot;&gt;&lt;span&gt;串口调试接口&lt;/span&gt;&lt;/font&gt;&lt;/font&gt;&lt;br data-doubao-translate-traverse-mark=&quot;1&quot;&gt;日志输出/调试&lt;font class=&quot;__Cici__translate__ __Cici_translate_similar_text_content__&quot;&gt;&lt;font class=&quot;__Cici_translate_origin_node__&quot; style=&quot;display: none;&quot;&gt;日志输出/指调试&lt;/font&gt; &lt;font class=&quot;__Cici_translate_translated_inject_node__&quot; style=&quot;display: inline-block;&quot;&gt;&lt;span&gt;日志输出/指调试&lt;/span&gt;&lt;/font&gt;&lt;/font&gt;" vertex="1">
+           <mxGeometry height="30" width="140" x="650" y="580" as="geometry" />
        </mxCell>
-         <mxCell id="f1TgDDNYEtDy5cZSVJ-l-26" edge="1" parent="1" source="f1TgDDNYEtDy5cZSVJ-l-4" style="endArrow=block;html=1;strokeWidth=2;strokeColor=#00B42A" target="f1TgDDNYEtDy5cZSVJ-l-2" value="">
+         <mxCell id="EOIqCzflqUVAwcGKjHEf-26" edge="1" parent="1" source="EOIqCzflqUVAwcGKjHEf-4" style="endArrow=block;html=1;strokeWidth=2;strokeColor=#00B42A" target="EOIqCzflqUVAwcGKjHEf-2" value="">
          <mxGeometry relative="1" as="geometry" />
        </mxCell>
-         <mxCell id="f1TgDDNYEtDy5cZSVJ-l-27" edge="1" parent="1" source="f1TgDDNYEtDy5cZSVJ-l-7" style="endArrow=block;html=1;strokeWidth=2;strokeColor=#F53F3F" target="f1TgDDNYEtDy5cZSVJ-l-2" value="">
+         <mxCell id="EOIqCzflqUVAwcGKjHEf-27" edge="1" parent="1" source="EOIqCzflqUVAwcGKjHEf-7" style="endArrow=block;html=1;strokeWidth=2;strokeColor=#F53F3F" target="EOIqCzflqUVAwcGKjHEf-2" value="">
          <mxGeometry relative="1" as="geometry" />
        </mxCell>
-         <mxCell id="f1TgDDNYEtDy5cZSVJ-l-28" edge="1" parent="1" source="f1TgDDNYEtDy5cZSVJ-l-2" style="endArrow=block;html=1;strokeWidth=2;strokeColor=#722ED1" target="f1TgDDNYEtDy5cZSVJ-l-12" value="">
+         <mxCell id="EOIqCzflqUVAwcGKjHEf-28" edge="1" parent="1" source="EOIqCzflqUVAwcGKjHEf-2" style="endArrow=block;html=1;strokeWidth=2;strokeColor=#722ED1" target="EOIqCzflqUVAwcGKjHEf-12" value="">
          <mxGeometry relative="1" as="geometry" />
        </mxCell>
-         <mxCell id="f1TgDDNYEtDy5cZSVJ-l-29" edge="1" parent="1" source="f1TgDDNYEtDy5cZSVJ-l-2" style="endArrow=block;html=1;strokeWidth=2;strokeColor=#FF7D00" target="f1TgDDNYEtDy5cZSVJ-l-17" value="">
+         <mxCell id="EOIqCzflqUVAwcGKjHEf-29" edge="1" parent="1" source="EOIqCzflqUVAwcGKjHEf-2" style="endArrow=block;html=1;strokeWidth=2;strokeColor=#FF7D00" target="EOIqCzflqUVAwcGKjHEf-17" value="">
          <mxGeometry relative="1" as="geometry" />
        </mxCell>
-         <mxCell id="f1TgDDNYEtDy5cZSVJ-l-30" edge="1" parent="1" source="f1TgDDNYEtDy5cZSVJ-l-20" style="endArrow=block;html=1;strokeWidth=2;strokeColor=#00BFC4;startArrow=classic;startFill=1;exitX=0.5;exitY=1;exitDx=0;exitDy=0;" value="">
+         <mxCell id="EOIqCzflqUVAwcGKjHEf-30" edge="1" parent="1" source="EOIqCzflqUVAwcGKjHEf-20" style="endArrow=block;html=1;strokeWidth=2;strokeColor=#00BFC4;startArrow=classic;startFill=1;exitX=0.5;exitY=1;exitDx=0;exitDy=0;" value="">
          <mxGeometry relative="1" as="geometry">
-             <mxPoint x="599.5" y="210" as="sourcePoint" />
-             <mxPoint x="599.5" y="260" as="targetPoint" />
+             <mxPoint x="639.5" y="250" as="sourcePoint" />
+             <mxPoint x="639.5" y="300" as="targetPoint" />
          </mxGeometry>
        </mxCell>
-         <mxCell id="f1TgDDNYEtDy5cZSVJ-l-31" edge="1" parent="1" style="endArrow=block;html=1;strokeWidth=2;strokeColor=#86909C" value="">
+         <mxCell id="EOIqCzflqUVAwcGKjHEf-31" edge="1" parent="1" style="endArrow=block;html=1;strokeWidth=2;strokeColor=#86909C" value="">
          <mxGeometry relative="1" as="geometry">
-             <mxPoint x="599.5" y="340" as="sourcePoint" />
-             <mxPoint x="600" y="470" as="targetPoint" />
+             <mxPoint x="639.5" y="380" as="sourcePoint" />
+             <mxPoint x="640" y="510" as="targetPoint" />
          </mxGeometry>
+         </mxCell>
+         <mxCell id="EOIqCzflqUVAwcGKjHEf-32" parent="1" style="rounded=0;whiteSpace=wrap;html=1;fillColor=#FEE2E2;strokeColor=#F53F3F;align=center;verticalAlign=middle;fontSize=10;fontFamily=微软雅黑" value="指纹模块(Reserved)&lt;font class=&quot;__Cici__translate__ __Cici_translate_similar_text_content__&quot;&gt;&lt;font class=&quot;__Cici_translate_origin_node__&quot; style=&quot;display: none;&quot;&gt;MFRC522 射频模块&lt;/font&gt;&lt;font class=&quot;__Cici_translate_translated_inject_node__&quot; style=&quot;display: inline-block;&quot;&gt;&lt;span&gt;MFRC522 射频模块&lt;/span&gt;&lt;/font&gt;&lt;/font&gt;" vertex="1">
+           <mxGeometry height="30" width="200" x="140" y="620" as="geometry" />
        </mxCell>
      </root>
    </mxGraphModel>
  </diagram>
</mxfile>
